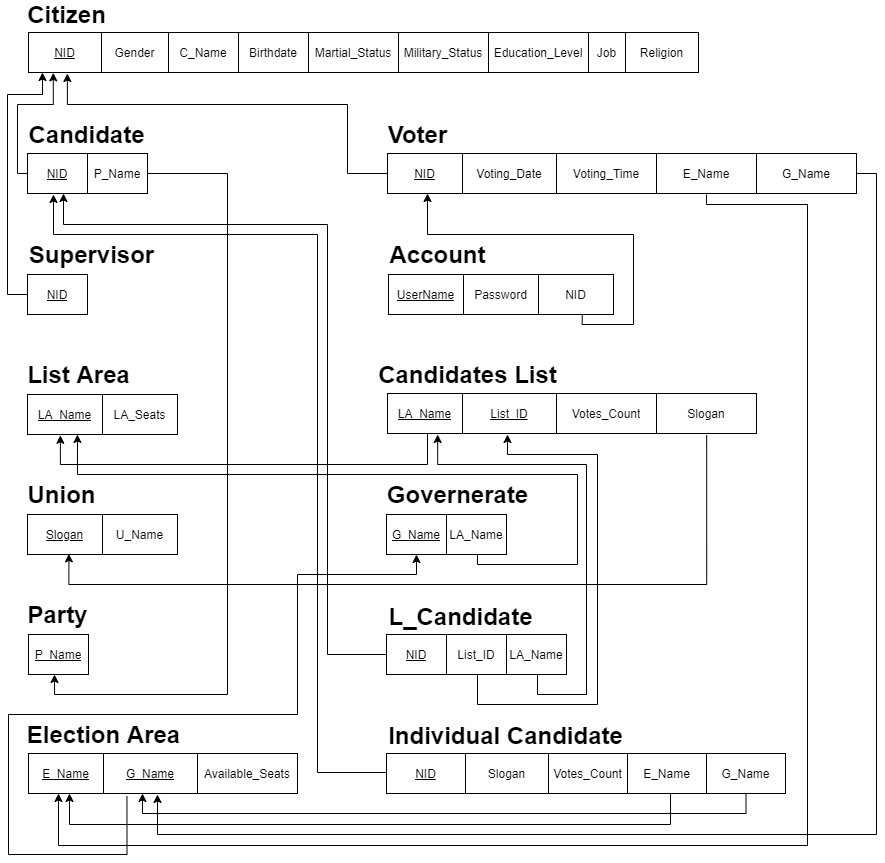
Earlier version of the draw.io export schema.png (ziad-khobeiz/e-voting-system). Source tidied: cells renumbered, new cells last; positions are measured from the earlier drawing's top-left corner, leaving out a move shared by most shapes.
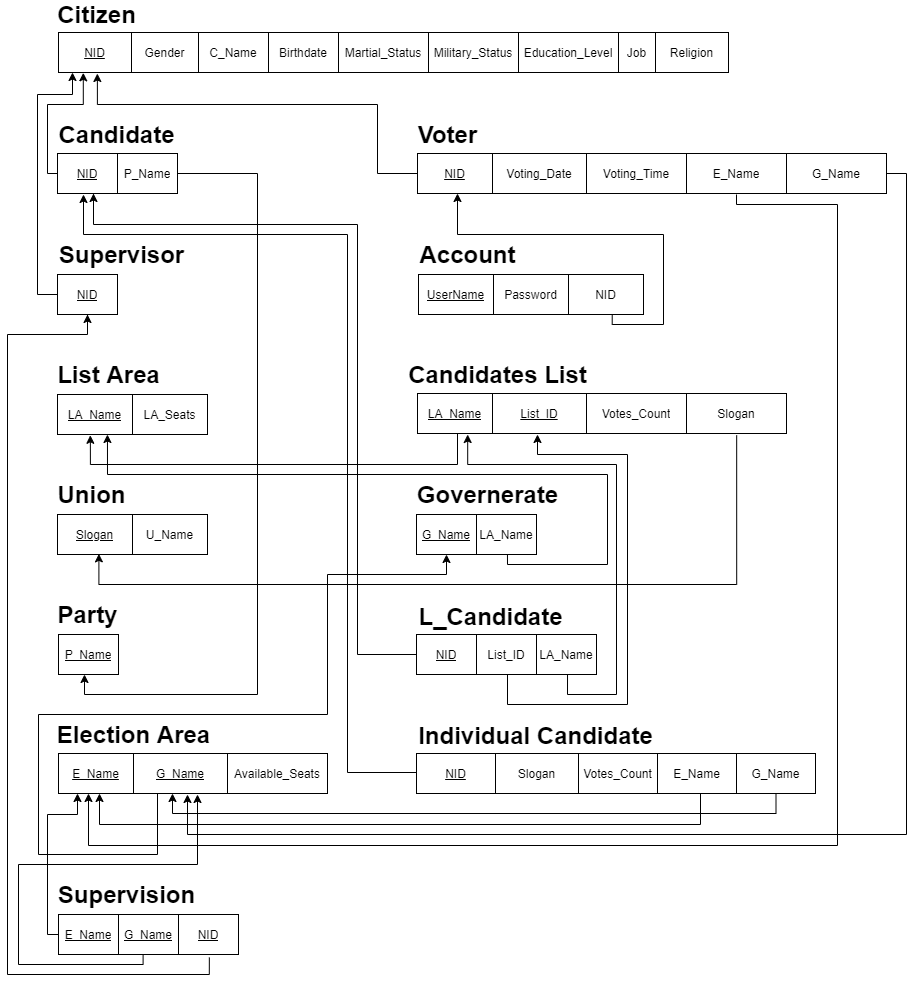
Later version of the same file.

Commit message:
Added many to many relations

The edit, as a diff of the source:
```diff
@@ -360,7 +360,7 @@
         </Array>
       </mxGeometry>
     </mxCell>
-    <mxCell id="95" style="edgeStyle=orthogonalEdgeStyle;rounded=0;jettySize=auto;html=1;exitX=0.366;exitY=1.064;exitDx=0;exitDy=0;exitPerimeter=0;" parent="1" edge="1" source="40" target="21">
+    <mxCell id="95" style="edgeStyle=orthogonalEdgeStyle;rounded=0;jettySize=auto;html=1;" parent="1" edge="1" source="40" target="21">
       <mxGeometry relative="1" as="geometry">
         <Array as="points">
           <mxPoint x="120" y="850" />
@@ -411,5 +411,55 @@
         </Array>
       </mxGeometry>
     </mxCell>
+    <mxCell id="100" style="shape=table;html=1;whiteSpace=wrap;startSize=0;" parent="1" vertex="1">
+      <mxGeometry x="21" y="910" width="180" height="40" as="geometry" />
+    </mxCell>
+    <mxCell id="101" style="shape=partialRectangle;html=1;whiteSpace=wrap;fillColor=none;top=0;left=0;bottom=0;right=0;points=[[0,0.5],[1,0.5]];portConstraint=eastwest;" parent="100" vertex="1">
+      <mxGeometry width="180" height="40" as="geometry" />
+    </mxCell>
+    <mxCell id="102" value="&lt;u&gt;E_Name&lt;/u&gt;" style="shape=partialRectangle;html=1;whiteSpace=wrap;overflow=hidden;fillColor=none;top=0;left=0;bottom=0;right=0;" parent="101" vertex="1">
+      <mxGeometry width="60" height="40" as="geometry" />
+    </mxCell>
+    <mxCell id="103" value="&lt;u&gt;G_Name&lt;/u&gt;" style="shape=partialRectangle;html=1;whiteSpace=wrap;overflow=hidden;fillColor=none;top=0;left=0;bottom=0;right=0;" parent="101" vertex="1">
+      <mxGeometry x="60" width="60" height="40" as="geometry" />
+    </mxCell>
+    <mxCell id="104" value="&lt;u&gt;NID&lt;/u&gt;" style="shape=partialRectangle;html=1;whiteSpace=wrap;overflow=hidden;fillColor=none;top=0;left=0;bottom=0;right=0;" parent="101" vertex="1">
+      <mxGeometry x="120" width="60" height="40" as="geometry" />
+    </mxCell>
+    <mxCell id="105" value="&lt;font style=&quot;font-size: 24px&quot;&gt;&lt;b&gt;Supervision&lt;/b&gt;&lt;/font&gt;" style="text;html=1;align=center;verticalAlign=middle;" parent="1" vertex="1">
+      <mxGeometry x="14" y="880" width="150" height="20" as="geometry" />
+    </mxCell>
+    <mxCell id="106" style="edgeStyle=orthogonalEdgeStyle;rounded=0;jettySize=auto;html=1;exitX=0;exitY=0.5;exitDx=0;exitDy=0;" parent="1" edge="1" source="101" target="40">
+      <mxGeometry relative="1" as="geometry">
+        <Array as="points">
+          <mxPoint x="10" y="930" />
+          <mxPoint x="10" y="810" />
+          <mxPoint x="40" y="810" />
+        </Array>
+      </mxGeometry>
+    </mxCell>
+    <mxCell id="107" style="edgeStyle=orthogonalEdgeStyle;rounded=0;jettySize=auto;html=1;exitX=0.47;exitY=1.001;exitDx=0;exitDy=0;exitPerimeter=0;" parent="1" edge="1" source="101">
+      <mxGeometry relative="1" as="geometry">
+        <mxPoint x="160" y="790" as="targetPoint" />
+        <Array as="points">
+          <mxPoint x="106" y="960" />
+          <mxPoint x="-19" y="960" />
+          <mxPoint x="-19" y="860" />
+          <mxPoint x="160" y="860" />
+        </Array>
+      </mxGeometry>
+    </mxCell>
+    <mxCell id="108" style="edgeStyle=orthogonalEdgeStyle;rounded=0;jettySize=auto;html=1;exitX=0.838;exitY=1.074;exitDx=0;exitDy=0;exitPerimeter=0;" parent="1" edge="1" source="101">
+      <mxGeometry relative="1" as="geometry">
+        <mxPoint x="50" y="310" as="targetPoint" />
+        <Array as="points">
+          <mxPoint x="172" y="970" />
+          <mxPoint x="-30" y="970" />
+          <mxPoint x="-30" y="330" />
+          <mxPoint x="50" y="330" />
+          <mxPoint x="50" y="310" />
+        </Array>
+      </mxGeometry>
+    </mxCell>
   </root>
 </mxGraphModel>
```
